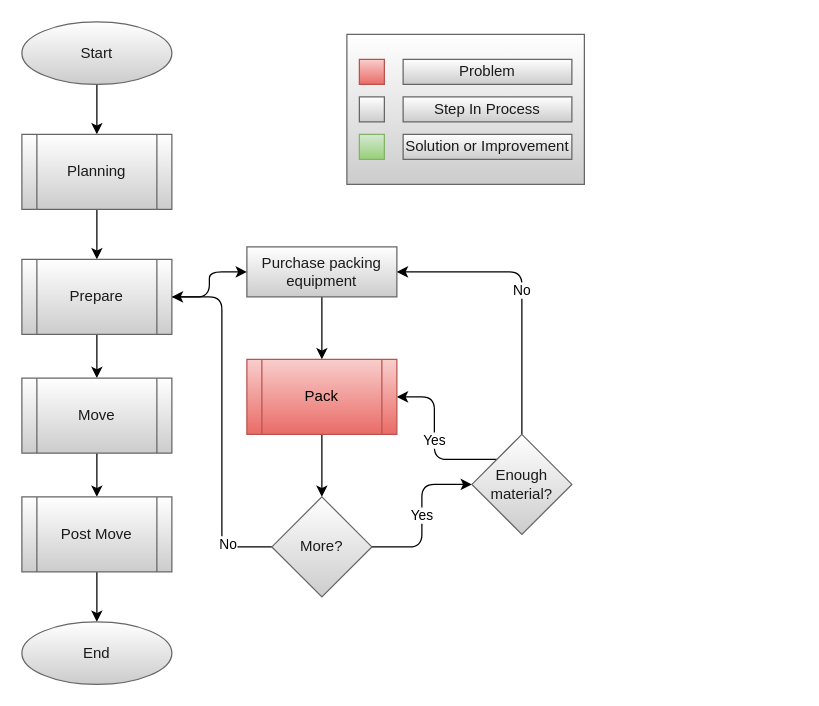
The draw.io diagram page "Pre-Move" (2 of 4) of Documents/flow_diagrams/Problem_Flow.drawio in LP-76/load.in, before the edit. Source tidied: cells renumbered, new cells numbered last; positions are measured from the earlier drawing's top-left corner, leaving out a move shared by most shapes. Both pictures are drawn from the tidied source at 125%, with x=0, y=0 at pixel (21, 21).
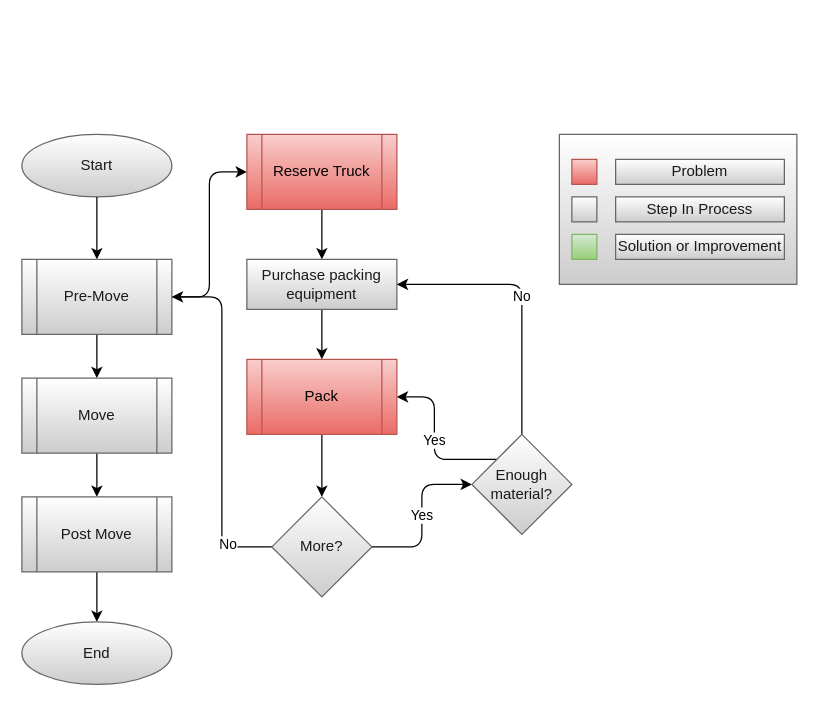
After the change.

What changed in the source:
```diff
@@
     <mxCell id="3" value="Purchase packing equipment" style="whiteSpace=wrap;html=1;fontSize=12;strokeColor=#666666;fillColor=#FFFFFF;gradientColor=#CCCCCC;fontColor=#1A1A1A;" parent="1" vertex="1">
-      <mxGeometry x="180" y="180" width="120" height="40" as="geometry" />
+      <mxGeometry x="180" y="190" width="120" height="40" as="geometry" />
     </mxCell>
@@
-    <mxCell id="12" style="edgeStyle=orthogonalEdgeStyle;jettySize=auto;html=1;" parent="1" edge="1" source="13" target="15">
-      <mxGeometry relative="1" as="geometry" />
-    </mxCell>
     <mxCell id="13" value="Start" style="ellipse;whiteSpace=wrap;html=1;fontColor=#1A1A1A;strokeColor=#666666;fillColor=#FFFFFF;gradientColor=#CCCCCC;" parent="1" vertex="1">
-      <mxGeometry width="120" height="50" as="geometry" />
+      <mxGeometry y="90" width="120" height="50" as="geometry" />
     </mxCell>
-    <mxCell id="14" style="edgeStyle=orthogonalEdgeStyle;jettySize=auto;html=1;" parent="1" edge="1" source="15" target="18">
+    <mxCell id="14" style="edgeStyle=orthogonalEdgeStyle;jettySize=auto;html=1;exitX=0.5;exitY=1;exitDx=0;exitDy=0;" parent="1" edge="1" source="13" target="18">
       <mxGeometry relative="1" as="geometry" />
     </mxCell>
-    <mxCell id="15" value="Planning" style="shape=process;whiteSpace=wrap;html=1;backgroundOutline=1;fontColor=#1A1A1A;strokeColor=#666666;fillColor=#FFFFFF;gradientColor=#CCCCCC;" parent="1" vertex="1">
-      <mxGeometry y="90" width="120" height="60" as="geometry" />
-    </mxCell>
@@
-    <mxCell id="17" style="edgeStyle=orthogonalEdgeStyle;jettySize=auto;html=1;" parent="1" edge="1" source="18" target="3">
+    <mxCell id="17" style="edgeStyle=orthogonalEdgeStyle;jettySize=auto;html=1;entryX=0;entryY=0.5;entryDx=0;entryDy=0;" parent="1" edge="1" source="18" target="34">
       <mxGeometry relative="1" as="geometry" />
     </mxCell>
-    <mxCell id="18" value="Prepare" style="shape=process;whiteSpace=wrap;html=1;backgroundOutline=1;fontColor=#1A1A1A;strokeColor=#666666;fillColor=#FFFFFF;gradientColor=#CCCCCC;" parent="1" vertex="1">
+    <mxCell id="18" value="Pre-Move" style="shape=process;whiteSpace=wrap;html=1;backgroundOutline=1;fontColor=#1A1A1A;strokeColor=#666666;fillColor=#FFFFFF;gradientColor=#CCCCCC;" parent="1" vertex="1">
       <mxGeometry y="190" width="120" height="60" as="geometry" />
     </mxCell>
@@
     <mxCell id="24" style="group;" parent="1" vertex="1">
-      <mxGeometry x="260" y="10" width="190" height="120" as="geometry" />
+      <mxGeometry x="430" y="90" width="190" height="120" as="geometry" />
     </mxCell>
@@
+    <mxCell id="33" style="edgeStyle=orthogonalEdgeStyle;rounded=0;jettySize=auto;html=1;entryX=0.5;entryY=0;entryDx=0;entryDy=0;" parent="1" edge="1" source="34" target="3">
+      <mxGeometry relative="1" as="geometry" />
+    </mxCell>
+    <mxCell id="34" value="Reserve Truck" style="shape=process;whiteSpace=wrap;html=1;backgroundOutline=1;strokeColor=#b85450;fillColor=#f8cecc;gradientColor=#ea6b66;" parent="1" vertex="1">
+      <mxGeometry x="180" y="90" width="120" height="60" as="geometry" />
+    </mxCell>
```
